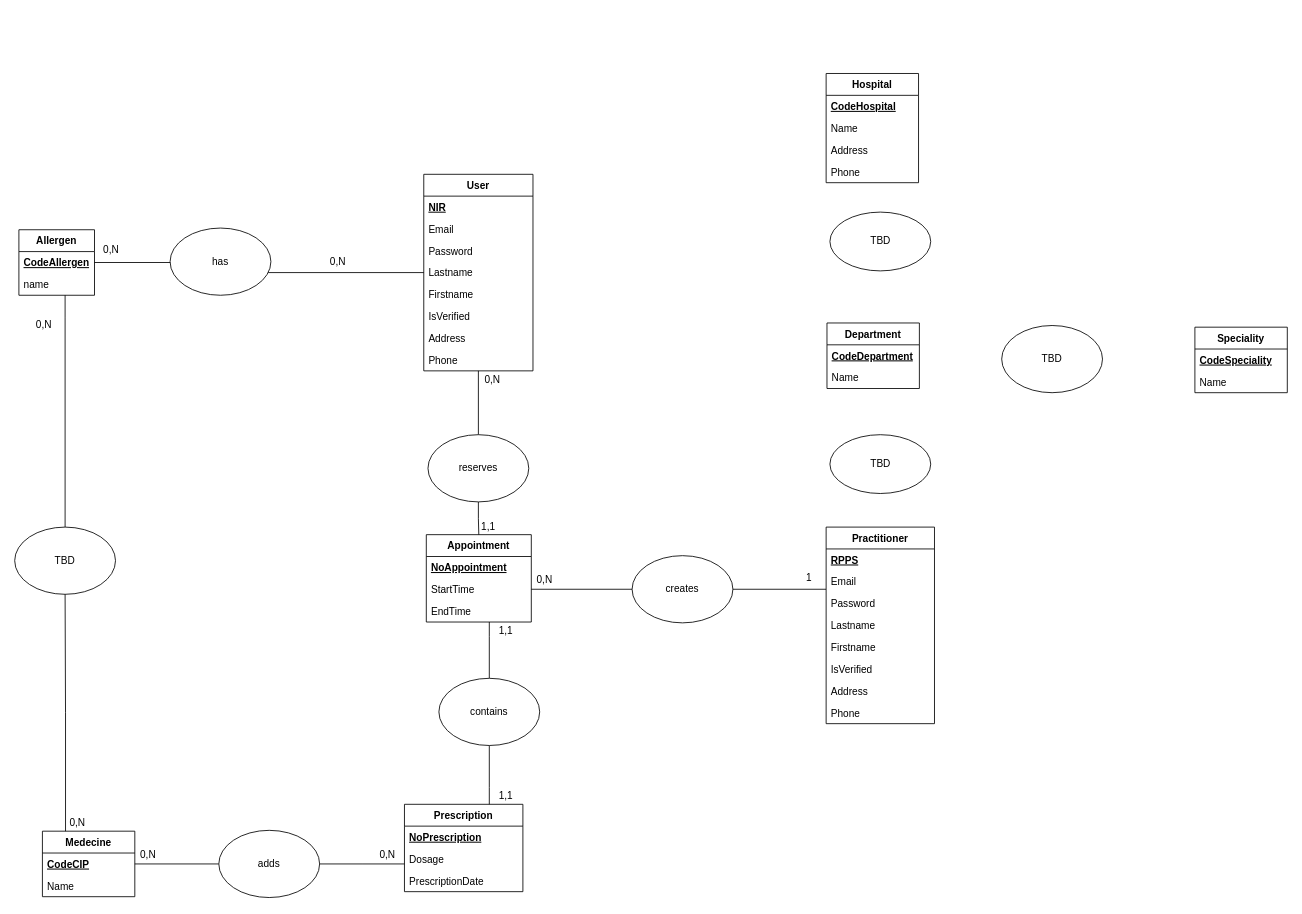
Above: page "MCD" (5 of 8) of wecare.drawio in pptech-ds/CDA-JS-WeCare (draw.io), before the change. Source tidied: cells renumbered, new cells numbered last; positions are measured from the earlier drawing's top-left corner, leaving out a move shared by most shapes. Both pictures are drawn from the tidied source at 84%, with x=0, y=0 at pixel (14, 73).
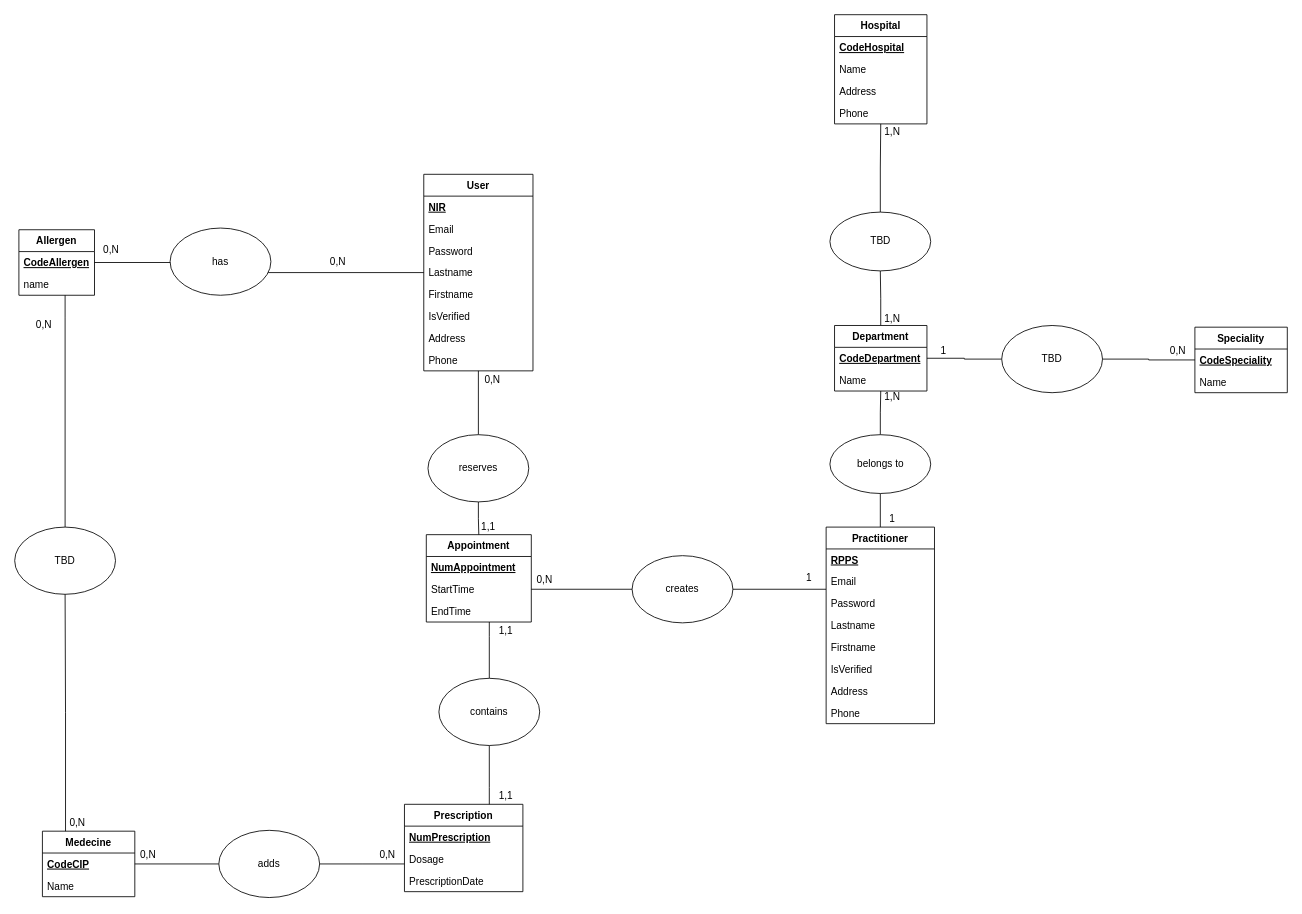
The same page after the edit.

Unchanged cells that the change refers to:
```xml
<mxCell id="22" value="Practitioner" style="swimlane;fontStyle=1;align=center;verticalAlign=top;horizontal=1;startSize=26;" parent="1" vertex="1">
  <mxGeometry x="966" y="540" width="129" height="234" as="geometry" />
</mxCell>
<mxCell id="34" value="Speciality" style="swimlane;fontStyle=1;align=center;verticalAlign=top;horizontal=1;startSize=26;" parent="1" vertex="1">
  <mxGeometry x="1405" y="302" width="110" height="78" as="geometry" />
</mxCell>
<mxCell id="37" value="Appointment" style="swimlane;fontStyle=1;align=center;verticalAlign=top;horizontal=1;startSize=26;" parent="1" vertex="1">
  <mxGeometry x="490" y="549" width="125" height="104" as="geometry" />
</mxCell>
<mxCell id="41" value="Prescription" style="swimlane;fontStyle=1;align=center;verticalAlign=top;horizontal=1;startSize=26;" parent="1" vertex="1">
  <mxGeometry x="464" y="870" width="141" height="104" as="geometry" />
</mxCell>
<mxCell id="71" value="TBD" style="ellipse;whiteSpace=wrap;html=1;" parent="1" vertex="1">
  <mxGeometry x="1175" y="300" width="120" height="80" as="geometry" />
</mxCell>
<mxCell id="75" value="TBD" style="ellipse;whiteSpace=wrap;html=1;" parent="1" vertex="1">
  <mxGeometry x="970.5" y="165" width="120" height="70" as="geometry" />
</mxCell>
```

Change to the diagram source:
```diff
@@
     <mxCell id="14" value="Hospital" style="swimlane;fontStyle=1;align=center;verticalAlign=top;horizontal=1;startSize=26;" parent="1" vertex="1">
-      <mxGeometry x="966" width="110" height="130" as="geometry" />
+      <mxGeometry x="976" y="-70" width="110" height="130" as="geometry" />
     </mxCell>
@@
+    <mxCell id="77" style="edgeStyle=orthogonalEdgeStyle;rounded=0;jettySize=auto;html=1;fontColor=#000000;endArrow=none;endFill=0;" parent="1" edge="1" source="19" target="71">
+      <mxGeometry relative="1" as="geometry" />
+    </mxCell>
+    <mxCell id="78" style="edgeStyle=orthogonalEdgeStyle;rounded=0;jettySize=auto;html=1;fontColor=#000000;endArrow=none;endFill=0;" parent="1" edge="1" source="19" target="75">
+      <mxGeometry relative="1" as="geometry" />
+    </mxCell>
     <mxCell id="19" value="Department" style="swimlane;fontStyle=1;align=center;verticalAlign=top;horizontal=1;startSize=26;" parent="1" vertex="1">
-      <mxGeometry x="967" y="297" width="110" height="78" as="geometry" />
+      <mxGeometry x="976" y="300" width="110" height="78" as="geometry" />
     </mxCell>
@@
+    <mxCell id="79" style="edgeStyle=orthogonalEdgeStyle;rounded=0;jettySize=auto;html=1;fontColor=#000000;endArrow=none;endFill=0;" parent="1" edge="1" source="22" target="76">
+      <mxGeometry relative="1" as="geometry" />
+    </mxCell>
@@
-    <mxCell id="38" value="NoAppointment" style="text;strokeColor=none;fillColor=none;align=left;verticalAlign=top;spacingLeft=4;spacingRight=4;overflow=hidden;fontStyle=5;" parent="37" vertex="1">
+    <mxCell id="38" value="NumAppointment" style="text;strokeColor=none;fillColor=none;align=left;verticalAlign=top;spacingLeft=4;spacingRight=4;overflow=hidden;fontStyle=5;" parent="37" vertex="1">
       <mxGeometry y="26" width="125" height="26" as="geometry" />
     </mxCell>
@@
-    <mxCell id="42" value="NoPrescription" style="text;strokeColor=none;fillColor=none;align=left;verticalAlign=top;spacingLeft=4;spacingRight=4;overflow=hidden;fontStyle=5;" parent="41" vertex="1">
+    <mxCell id="42" value="NumPrescription" style="text;strokeColor=none;fillColor=none;align=left;verticalAlign=top;spacingLeft=4;spacingRight=4;overflow=hidden;fontStyle=5;" parent="41" vertex="1">
       <mxGeometry y="26" width="141" height="26" as="geometry" />
     </mxCell>
@@
+    <mxCell id="80" style="edgeStyle=orthogonalEdgeStyle;rounded=0;jettySize=auto;html=1;fontColor=#000000;endArrow=none;endFill=0;" parent="1" edge="1" source="71" target="34">
+      <mxGeometry relative="1" as="geometry" />
+    </mxCell>
@@
+    <mxCell id="81" style="edgeStyle=orthogonalEdgeStyle;rounded=0;jettySize=auto;html=1;fontColor=#000000;endArrow=none;endFill=0;" parent="1" edge="1" source="75" target="14">
+      <mxGeometry relative="1" as="geometry" />
+    </mxCell>
@@
+    <mxCell id="82" style="edgeStyle=orthogonalEdgeStyle;rounded=0;jettySize=auto;html=1;fontColor=#000000;endArrow=none;endFill=0;" parent="1" edge="1" source="76" target="19">
+      <mxGeometry relative="1" as="geometry" />
+    </mxCell>
-    <mxCell id="76" value="TBD" style="ellipse;whiteSpace=wrap;html=1;" parent="1" vertex="1">
+    <mxCell id="76" value="belongs to" style="ellipse;whiteSpace=wrap;html=1;" parent="1" vertex="1">
       <mxGeometry x="970.5" y="430" width="120" height="70" as="geometry" />
     </mxCell>
+    <mxCell id="83" value="1" style="text;html=1;strokeColor=none;fillColor=none;align=center;verticalAlign=middle;whiteSpace=wrap;rounded=0;" parent="1" vertex="1">
+      <mxGeometry x="1025" y="520" width="40" height="20" as="geometry" />
+    </mxCell>
+    <mxCell id="84" value="1,N" style="text;html=1;strokeColor=none;fillColor=none;align=center;verticalAlign=middle;whiteSpace=wrap;rounded=0;" parent="1" vertex="1">
+      <mxGeometry x="1025" y="375" width="40" height="20" as="geometry" />
+    </mxCell>
+    <mxCell id="85" value="1" style="text;html=1;strokeColor=none;fillColor=none;align=center;verticalAlign=middle;whiteSpace=wrap;rounded=0;" parent="1" vertex="1">
+      <mxGeometry x="1086" y="320" width="40" height="20" as="geometry" />
+    </mxCell>
+    <mxCell id="86" value="0,N" style="text;html=1;strokeColor=none;fillColor=none;align=center;verticalAlign=middle;whiteSpace=wrap;rounded=0;" parent="1" vertex="1">
+      <mxGeometry x="1365" y="320" width="40" height="20" as="geometry" />
+    </mxCell>
+    <mxCell id="87" value="1,N" style="text;html=1;strokeColor=none;fillColor=none;align=center;verticalAlign=middle;whiteSpace=wrap;rounded=0;" parent="1" vertex="1">
+      <mxGeometry x="1025" y="282" width="40" height="20" as="geometry" />
+    </mxCell>
+    <mxCell id="88" value="1,N" style="text;html=1;strokeColor=none;fillColor=none;align=center;verticalAlign=middle;whiteSpace=wrap;rounded=0;" parent="1" vertex="1">
+      <mxGeometry x="1025" y="60" width="40" height="20" as="geometry" />
+    </mxCell>
```
